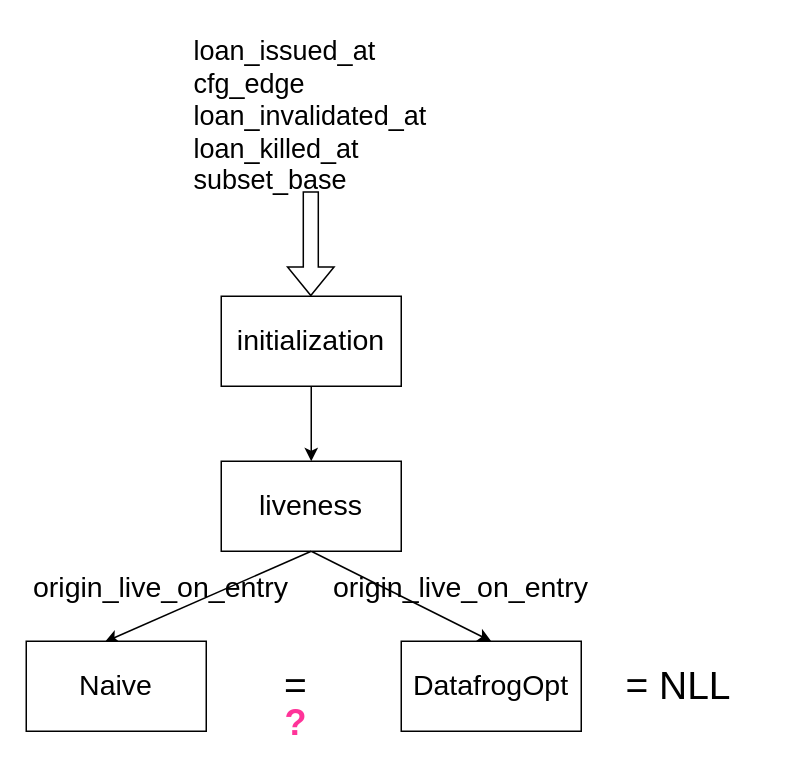
Before: presentation/liveness.drawio in lengyijun/polonius-proof, a draw.io diagram. Source tidied: cells renumbered, new cells numbered last; positions are measured from the earlier drawing's top-left corner, leaving out a move shared by most shapes. Both pictures are drawn from the tidied source at 150%, with x=0, y=0 at pixel (26, 26).
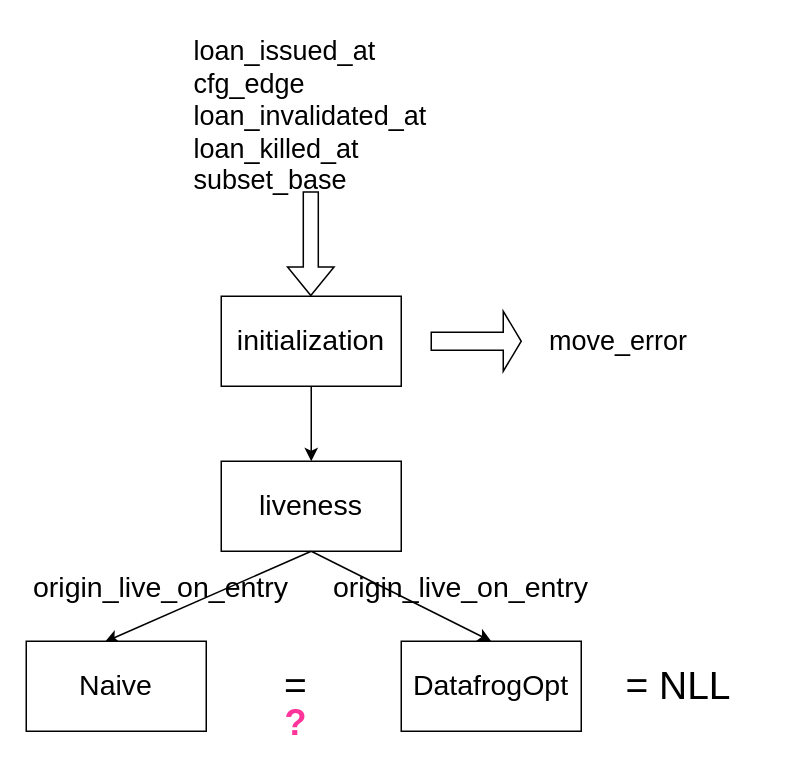
After the change.

Change to the diagram source:
```diff
@@
+    <mxCell id="18" style="shape=singleArrow;whiteSpace=wrap;html=1;" parent="1" vertex="1">
+      <mxGeometry x="270" y="190" width="60" height="40" as="geometry" />
+    </mxCell>
+    <mxCell id="19" value="move_error" style="text;html=1;strokeColor=none;fillColor=none;align=center;verticalAlign=middle;whiteSpace=wrap;rounded=0;fontSize=18;" parent="1" vertex="1">
+      <mxGeometry x="340" y="195" width="110" height="30" as="geometry" />
+    </mxCell>
```
